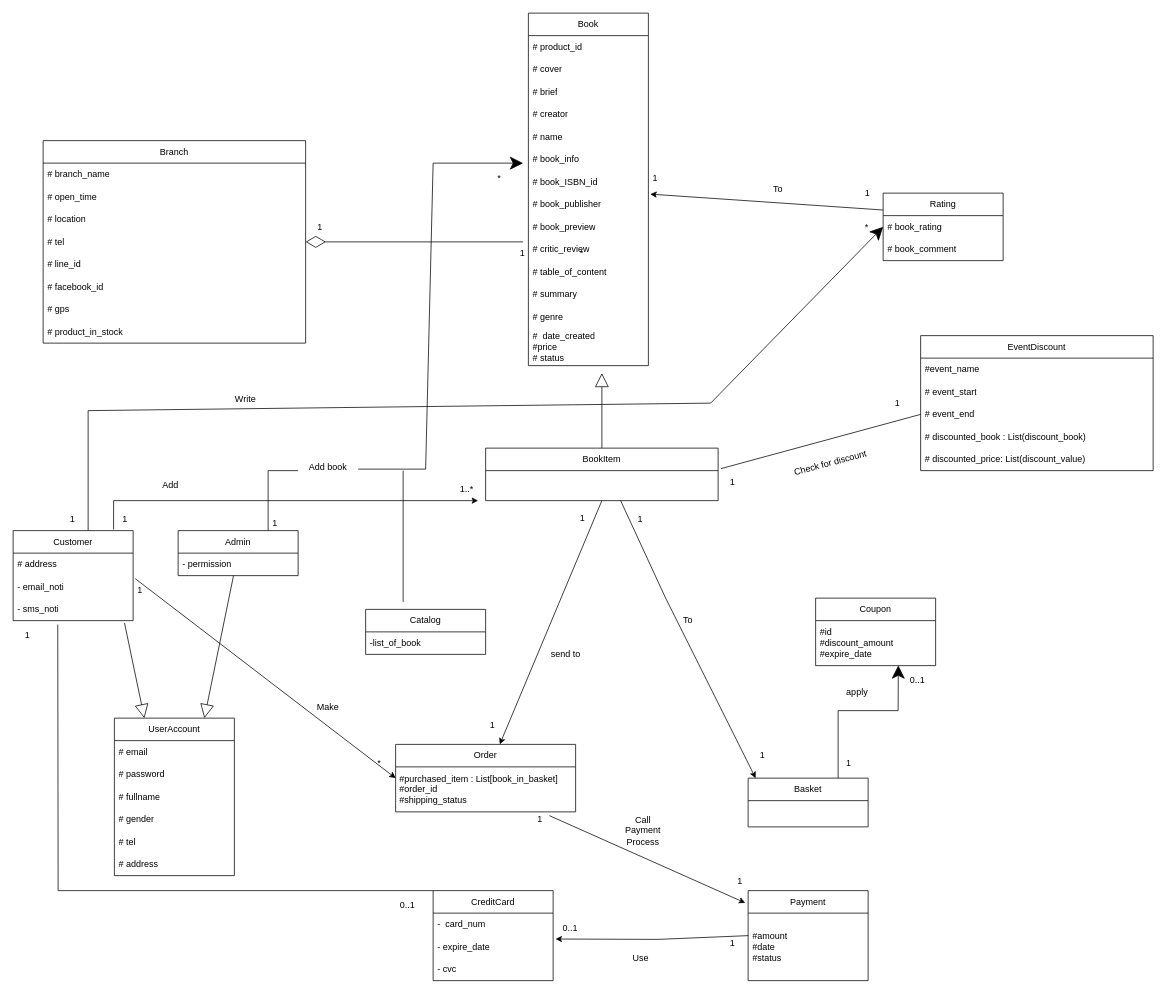
Above: Class_diagram.drawio in Misterpetchz/Object_Oriented_Project (draw.io), before the change. Source tidied: cells renumbered, new cells numbered last; positions are measured from the earlier drawing's top-left corner, leaving out a move shared by most shapes. Both pictures are drawn from the tidied source at 75%, with x=0, y=0 at pixel (13, 13).
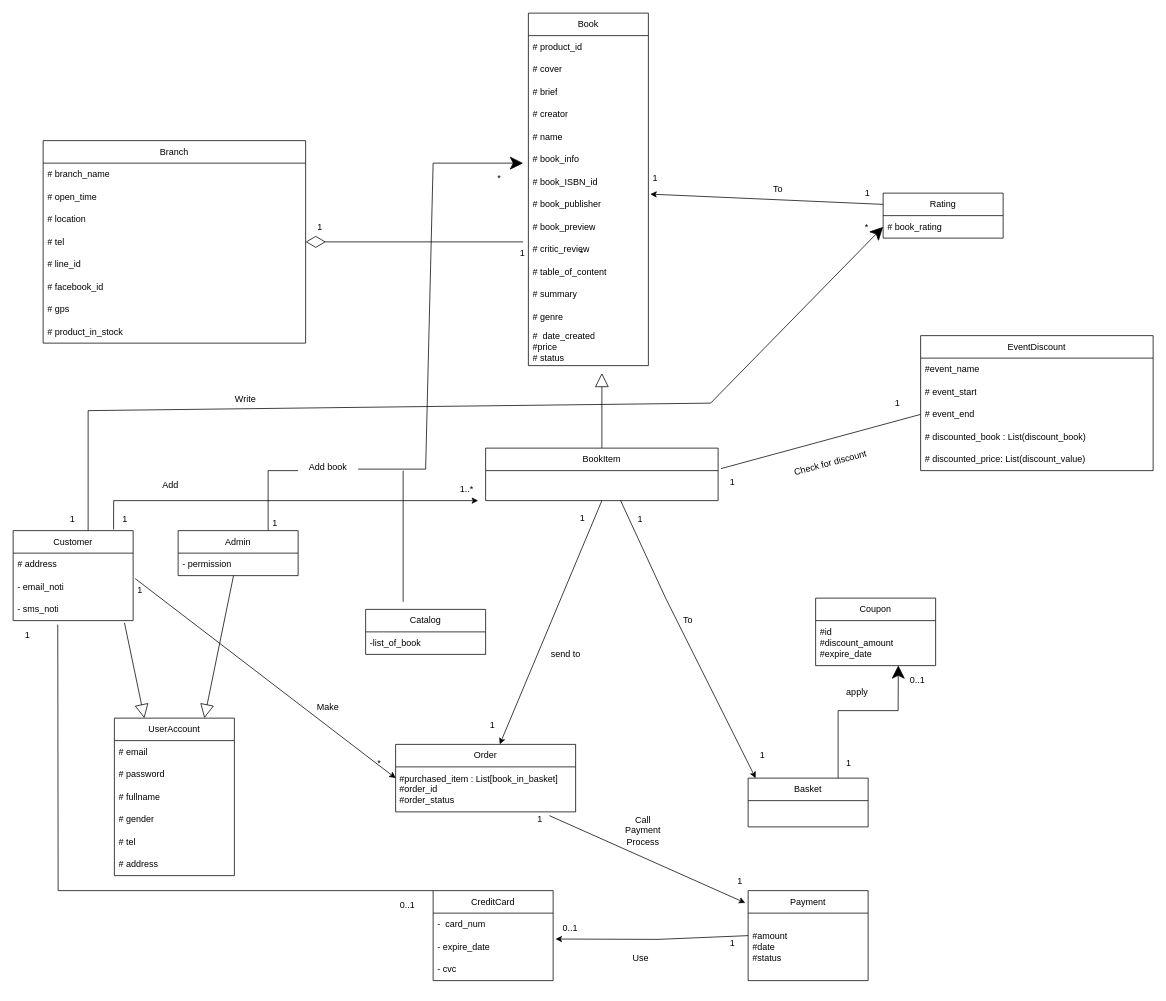
The same diagram, later.

Commit message:
edit class diagram

Unchanged cells that the change refers to:
```xml
<mxCell id="79" value="Order" style="swimlane;fontStyle=0;horizontal=1;startSize=30;whiteSpace=wrap;html=1;" parent="1" vertex="1">
  <mxGeometry x="510" y="975" width="240" height="90" as="geometry" />
</mxCell>
```

The edit, as a diff of the source:
```diff
@@
     <mxCell id="26" value="Rating" style="swimlane;fontStyle=0;horizontal=1;startSize=30;whiteSpace=wrap;html=1;" parent="1" vertex="1">
-      <mxGeometry x="1160" y="240" width="160" height="90" as="geometry" />
+      <mxGeometry x="1160" y="240" width="160" height="60" as="geometry" />
     </mxCell>
@@
-    <mxCell id="28" value="# book_comment" style="text;strokeColor=none;fillColor=none;align=left;verticalAlign=middle;spacingLeft=4;spacingRight=4;overflow=hidden;whiteSpace=wrap;html=1;" parent="26" vertex="1">
-      <mxGeometry y="60" width="160" height="30" as="geometry" />
-    </mxCell>
@@
-    <mxCell id="80" value="&lt;div&gt;&lt;div&gt;&amp;nbsp;#purchased_item : List[book_in_basket]&lt;/div&gt;&lt;div&gt;&amp;nbsp;#order_id&lt;/div&gt;&lt;div&gt;&amp;nbsp;#shipping_status&amp;nbsp;&lt;span style=&quot;white-space: pre;&quot;&gt;&#9;&lt;/span&gt;&amp;nbsp;&lt;/div&gt;&lt;/div&gt;" style="text;html=1;align=left;verticalAlign=middle;points=[];strokeColor=none;fillColor=none;" parent="79" vertex="1">
+    <mxCell id="80" value="&lt;div&gt;&lt;div&gt;&amp;nbsp;#purchased_item : List[book_in_basket]&lt;/div&gt;&lt;div&gt;&amp;nbsp;#order_id&lt;/div&gt;&lt;div&gt;&amp;nbsp;#order_status&amp;nbsp;&lt;span style=&quot;white-space: pre;&quot;&gt;&#9;&lt;/span&gt;&amp;nbsp;&lt;/div&gt;&lt;/div&gt;" style="text;html=1;align=left;verticalAlign=middle;points=[];strokeColor=none;fillColor=none;" parent="79" vertex="1">
       <mxGeometry y="30" width="240" height="60" as="geometry" />
     </mxCell>
```
